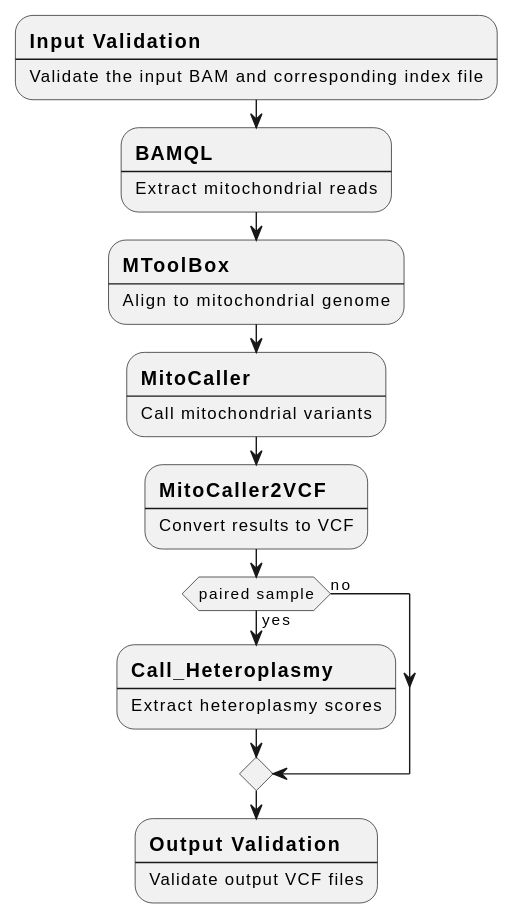
The PlantUML diagram docs/call-mtsnv-flow.svg in uclahs-cds/pipeline-call-mtSNV, before a commit.
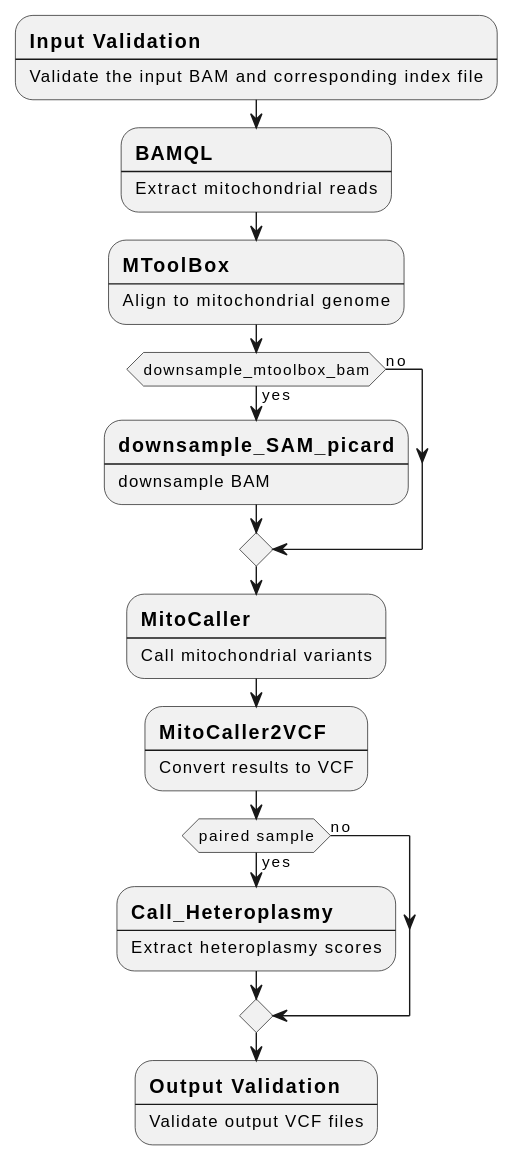
Above is the later version.

The edit, as a diff of the source:
```diff
@@ -11,6 +11,12 @@
 :==MToolBox
 ----
 Align to mitochondrial genome;
+if (downsample_mtoolbox_bam) then (yes)
+  :==downsample_SAM_picard
+  ----
+  downsample BAM;
+else (no)
+endif
 :==MitoCaller
 ----
 Call mitochondrial variants;
```
